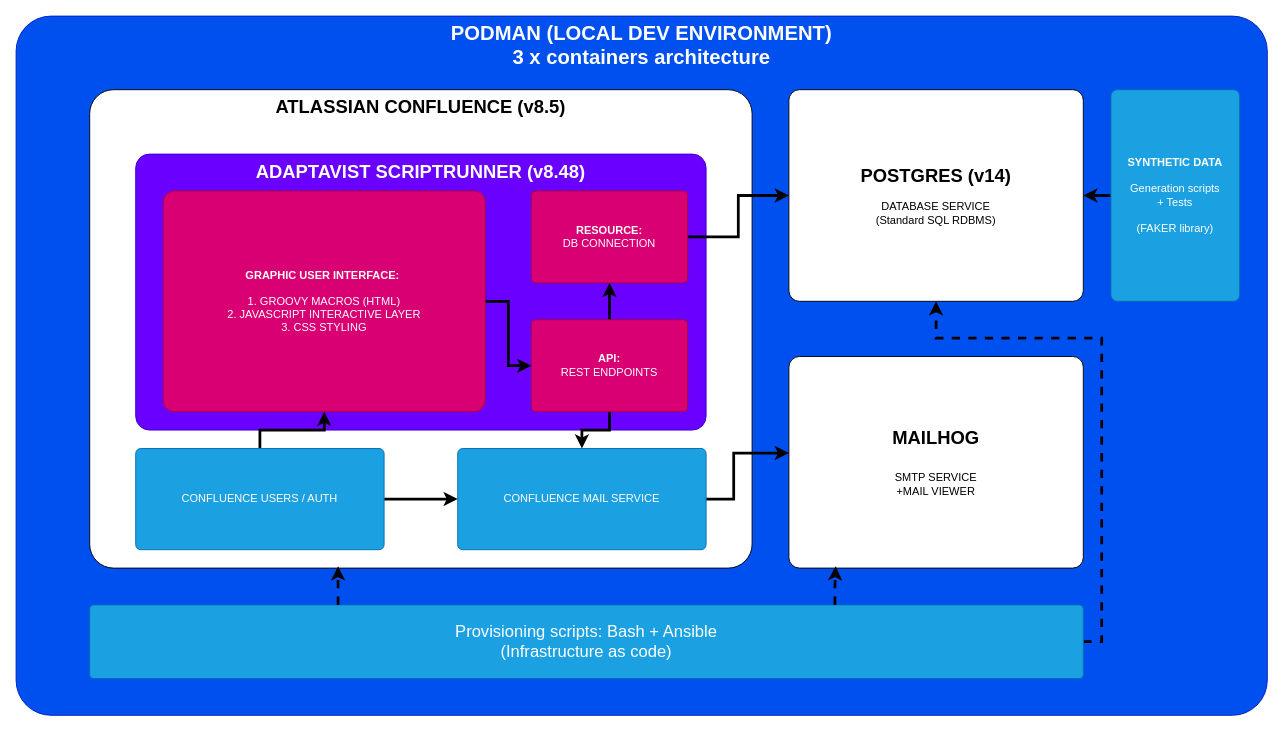
lucaschallamel/UMIG keeps this draw.io diagram as page "High level architecture" (1 of 3) of Docs/Architecture Diagrams.drawio. Above is the earlier version. Source tidied: cells renumbered, new cells numbered last; positions are measured from the earlier drawing's top-left corner, leaving out a move shared by most shapes. Both pictures are drawn from the tidied source at 92%, with x=0, y=0 at pixel (16, 16).
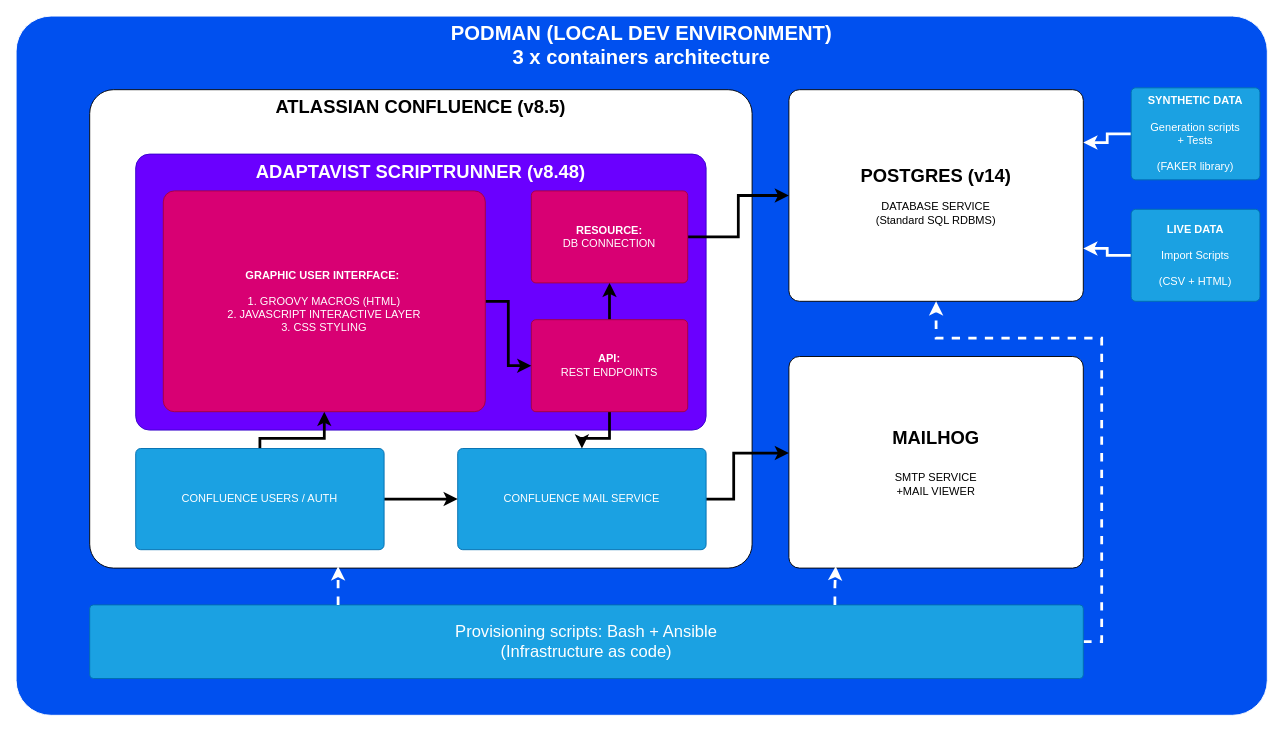
The same diagram, later.

Unchanged cells that the change refers to:
```xml
<mxCell id="3" value="ATLASSIAN CONFLUENCE (v8.5)" style="rounded=1;whiteSpace=wrap;html=1;verticalAlign=top;arcSize=5;fontStyle=1;fontSize=20;" parent="1" vertex="1">
  <mxGeometry x="80" y="80" width="720" height="520" as="geometry" />
</mxCell>
<mxCell id="4" value="&lt;b&gt;&lt;font style=&quot;font-size: 20px;&quot;&gt;POSTGRES (v14)&lt;br&gt;&lt;/font&gt;&lt;/b&gt;&lt;br&gt;DATABASE SERVICE&lt;br&gt;(Standard SQL RDBMS)" style="rounded=1;whiteSpace=wrap;html=1;verticalAlign=middle;arcSize=5;" parent="1" vertex="1">
  <mxGeometry x="840" y="80" width="320" height="230" as="geometry" />
</mxCell>
<mxCell id="5" value="&lt;b&gt;&lt;font style=&quot;font-size: 20px;&quot;&gt;MAILHOG&lt;br&gt;&lt;br&gt;&lt;/font&gt;&lt;/b&gt;SMTP SERVICE&lt;br&gt;+MAIL VIEWER" style="rounded=1;whiteSpace=wrap;html=1;verticalAlign=middle;arcSize=5;" parent="1" vertex="1">
  <mxGeometry x="840" y="370" width="320" height="230" as="geometry" />
</mxCell>
<mxCell id="8" value="CONFLUENCE MAIL SERVICE" style="rounded=1;whiteSpace=wrap;html=1;verticalAlign=middle;arcSize=5;fillColor=#1ba1e2;fontColor=#ffffff;strokeColor=#006EAF;" parent="1" vertex="1">
  <mxGeometry x="480" y="470" width="270" height="110" as="geometry" />
</mxCell>
<mxCell id="11" value="CONFLUENCE USERS / AUTH" style="rounded=1;whiteSpace=wrap;html=1;verticalAlign=middle;arcSize=5;fillColor=#1ba1e2;fontColor=#ffffff;strokeColor=#006EAF;" parent="1" vertex="1">
  <mxGeometry x="130" y="470" width="270" height="110" as="geometry" />
</mxCell>
<mxCell id="16" value="&lt;b&gt;API:&lt;/b&gt;&lt;div&gt;REST ENDPOINTS&lt;/div&gt;" style="rounded=1;whiteSpace=wrap;html=1;verticalAlign=middle;arcSize=5;fillColor=#d80073;fontColor=#ffffff;strokeColor=#A50040;" parent="1" vertex="1">
  <mxGeometry x="560" y="330" width="170" height="100" as="geometry" />
</mxCell>
<mxCell id="18" value="&lt;b&gt;GRAPHIC USER INTERFACE:&amp;nbsp;&lt;/b&gt;&lt;div&gt;&lt;b&gt;&lt;br&gt;&lt;/b&gt;1. GROOVY MACROS (HTML)&lt;div&gt;2. JAVASCRIPT INTERACTIVE LAYER&lt;/div&gt;&lt;div&gt;3. CSS STYLING&lt;/div&gt;&lt;/div&gt;" style="rounded=1;whiteSpace=wrap;html=1;verticalAlign=middle;arcSize=5;fillColor=#d80073;fontColor=#ffffff;strokeColor=#A50040;" parent="1" vertex="1">
  <mxGeometry x="160" y="190" width="350" height="240" as="geometry" />
</mxCell>
<mxCell id="20" value="Provisioning scripts: Bash + Ansible&lt;br&gt;(Infrastructure as code)" style="rounded=1;whiteSpace=wrap;html=1;verticalAlign=middle;arcSize=5;fillColor=#1ba1e2;fontColor=#ffffff;strokeColor=#006EAF;fontSize=18;" parent="1" vertex="1">
  <mxGeometry x="80" y="640" width="1080" height="80" as="geometry" />
</mxCell>
```

Change to the diagram source:
```diff
@@
-    <mxCell id="2" value="PODMAN (LOCAL DEV ENVIRONMENT)&lt;br&gt;3 x containers architecture" style="rounded=1;whiteSpace=wrap;html=1;verticalAlign=top;arcSize=5;fillColor=#0050ef;strokeColor=#001DBC;fontColor=#ffffff;fontSize=22;fontStyle=1;" parent="1" vertex="1">
+    <mxCell id="2" value="PODMAN (LOCAL DEV ENVIRONMENT)&lt;br&gt;3 x containers architecture" style="rounded=1;whiteSpace=wrap;html=1;verticalAlign=top;arcSize=5;fillColor=#0050ef;strokeColor=#FFFFFF;fontColor=#ffffff;fontSize=22;fontStyle=1;" parent="1" vertex="1">
       <mxGeometry width="1360" height="760" as="geometry" />
     </mxCell>
@@
     <mxCell id="9" style="edgeStyle=orthogonalEdgeStyle;rounded=0;jettySize=auto;html=1;exitX=0.5;exitY=0;exitDx=0;exitDy=0;strokeWidth=3;" parent="1" edge="1" source="11" target="18">
-      <mxGeometry relative="1" as="geometry" />
+      <mxGeometry relative="1" as="geometry">
+        <Array as="points">
+          <mxPoint x="265" y="459" />
+          <mxPoint x="335" y="459" />
+        </Array>
+      </mxGeometry>
     </mxCell>
@@
     <mxCell id="15" style="edgeStyle=orthogonalEdgeStyle;rounded=0;jettySize=auto;html=1;exitX=0.5;exitY=1;exitDx=0;exitDy=0;strokeWidth=3;" parent="1" edge="1" source="16" target="8">
-      <mxGeometry relative="1" as="geometry" />
+      <mxGeometry relative="1" as="geometry">
+        <Array as="points">
+          <mxPoint x="645" y="459" />
+          <mxPoint x="615" y="459" />
+        </Array>
+      </mxGeometry>
     </mxCell>
@@
-    <mxCell id="19" style="edgeStyle=orthogonalEdgeStyle;rounded=0;jettySize=auto;html=1;exitX=1;exitY=0.5;exitDx=0;exitDy=0;strokeWidth=3;dashed=1;" parent="1" edge="1" source="20" target="4">
+    <mxCell id="19" style="edgeStyle=orthogonalEdgeStyle;rounded=0;jettySize=auto;html=1;exitX=1;exitY=0.5;exitDx=0;exitDy=0;strokeWidth=3;dashed=1;strokeColor=#FFFFFF;" parent="1" edge="1" source="20" target="4">
       <mxGeometry relative="1" as="geometry">
         <Array as="points">
           <mxPoint x="1180" y="680" />
           <mxPoint x="1180" y="350" />
           <mxPoint x="1000" y="350" />
         </Array>
       </mxGeometry>
     </mxCell>
@@
-    <mxCell id="21" style="edgeStyle=orthogonalEdgeStyle;rounded=0;jettySize=auto;html=1;exitX=0.25;exitY=0;exitDx=0;exitDy=0;entryX=0.375;entryY=0.996;entryDx=0;entryDy=0;entryPerimeter=0;strokeWidth=3;dashed=1;" parent="1" edge="1" source="20" target="3">
+    <mxCell id="21" style="edgeStyle=orthogonalEdgeStyle;rounded=0;jettySize=auto;html=1;exitX=0.25;exitY=0;exitDx=0;exitDy=0;entryX=0.375;entryY=0.996;entryDx=0;entryDy=0;entryPerimeter=0;strokeWidth=3;dashed=1;strokeColor=#FFFFFF;" parent="1" edge="1" source="20" target="3">
       <mxGeometry relative="1" as="geometry" />
     </mxCell>
-    <mxCell id="22" style="edgeStyle=orthogonalEdgeStyle;rounded=0;jettySize=auto;html=1;exitX=0.75;exitY=0;exitDx=0;exitDy=0;entryX=0.159;entryY=0.991;entryDx=0;entryDy=0;entryPerimeter=0;strokeWidth=3;dashed=1;" parent="1" edge="1" source="20" target="5">
+    <mxCell id="22" style="edgeStyle=orthogonalEdgeStyle;rounded=0;jettySize=auto;html=1;exitX=0.75;exitY=0;exitDx=0;exitDy=0;entryX=0.159;entryY=0.991;entryDx=0;entryDy=0;entryPerimeter=0;strokeWidth=3;dashed=1;strokeColor=#FFFFFF;" parent="1" edge="1" source="20" target="5">
       <mxGeometry relative="1" as="geometry" />
     </mxCell>
-    <mxCell id="23" style="edgeStyle=orthogonalEdgeStyle;rounded=0;jettySize=auto;html=1;exitX=0;exitY=0.5;exitDx=0;exitDy=0;entryX=1;entryY=0.5;entryDx=0;entryDy=0;strokeWidth=3;" parent="1" edge="1" source="24" target="4">
+    <mxCell id="23" style="edgeStyle=orthogonalEdgeStyle;rounded=0;jettySize=auto;html=1;exitX=0;exitY=0.5;exitDx=0;exitDy=0;entryX=1;entryY=0.25;entryDx=0;entryDy=0;strokeWidth=3;strokeColor=#FFFFFF;" parent="1" edge="1" source="24" target="4">
       <mxGeometry relative="1" as="geometry" />
     </mxCell>
     <mxCell id="24" value="&lt;b&gt;SYNTHETIC DATA&lt;/b&gt;&lt;br&gt;&lt;br&gt;Generation scripts&lt;br&gt;+ Tests&lt;br&gt;&lt;br&gt;(FAKER library)" style="rounded=1;whiteSpace=wrap;html=1;verticalAlign=middle;arcSize=5;fillColor=#1ba1e2;fontColor=#ffffff;strokeColor=#006EAF;" parent="1" vertex="1">
-      <mxGeometry x="1190" y="80" width="140" height="230" as="geometry" />
+      <mxGeometry x="1212" y="78" width="140" height="100" as="geometry" />
     </mxCell>
+    <mxCell id="25" style="edgeStyle=orthogonalEdgeStyle;rounded=0;jettySize=auto;html=1;exitX=0;exitY=0.5;exitDx=0;exitDy=0;entryX=1;entryY=0.75;entryDx=0;entryDy=0;strokeWidth=3;strokeColor=#FFFFFF;" parent="1" edge="1" source="26" target="4">
+      <mxGeometry relative="1" as="geometry" />
+    </mxCell>
+    <mxCell id="26" value="&lt;b&gt;LIVE DATA&lt;/b&gt;&lt;br&gt;&lt;br&gt;Import Scripts&lt;br&gt;&lt;br&gt;(CSV + HTML)" style="rounded=1;whiteSpace=wrap;html=1;verticalAlign=middle;arcSize=5;fillColor=#1ba1e2;fontColor=#ffffff;strokeColor=#006EAF;" parent="1" vertex="1">
+      <mxGeometry x="1212" y="210" width="140" height="100" as="geometry" />
+    </mxCell>
```
